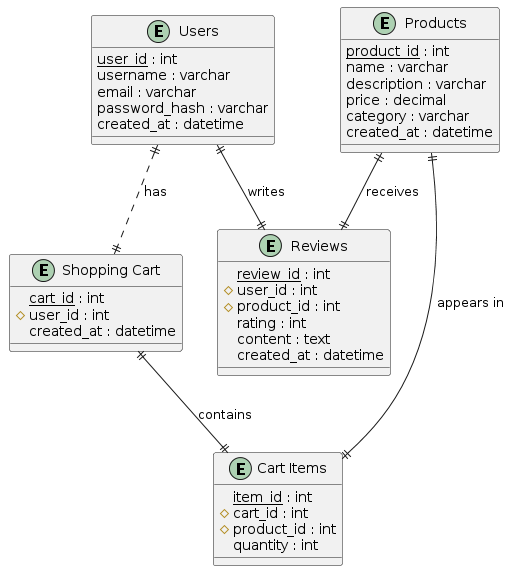
The PlantUML diagram Express/db/models/ER_Diagram.png in tonythai12/SOIL-React.js-Web-Application, before a commit. Source of this version:
```plantuml
@startuml
!define primary_key(x) <u>x</u>
!define foreign_key(x) #x

entity "Users" as Users {
  primary_key(user_id) : int
  username : varchar
  email : varchar
  password_hash : varchar
  created_at : datetime
}

entity "Products" as Products {
  primary_key(product_id) : int
  name : varchar
  description : varchar
  price : decimal
  category : varchar
  created_at : datetime
}

entity "Reviews" as Reviews {
  primary_key(review_id) : int
  foreign_key(user_id) : int
  foreign_key(product_id) : int
  rating : int
  content : text
  created_at : datetime
}

entity "Shopping Cart" as ShoppingCart {
  primary_key(cart_id) : int
  foreign_key(user_id) : int
  created_at : datetime
}

entity "Cart Items" as CartItems {
  primary_key(item_id) : int
  foreign_key(cart_id) : int
  foreign_key(product_id) : int
  quantity : int
}

Users ||..|| ShoppingCart : has
ShoppingCart ||--|| CartItems : contains
Products ||--|| CartItems : appears in
Users ||--|| Reviews : writes
Products ||--|| Reviews : receives
@enduml
```
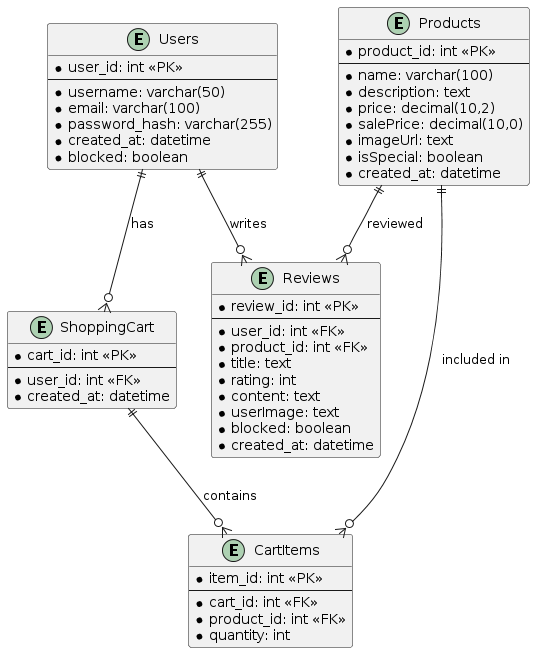
The same diagram one commit later.

What changed in the source:
```diff
@@ -1,49 +1,57 @@
 @startuml
-!define primary_key(x) <u>x</u>
-!define foreign_key(x) #x
-
-entity "Users" as Users {
-  primary_key(user_id) : int
-  username : varchar
-  email : varchar
-  password_hash : varchar
-  created_at : datetime
+entity "Users" {
+  * user_id: int <<PK>>
+  --
+  * username: varchar(50)
+  * email: varchar(100)
+  * password_hash: varchar(255)
+  * created_at: datetime
+  * blocked: boolean
 }
 
-entity "Products" as Products {
-  primary_key(product_id) : int
-  name : varchar
-  description : varchar
-  price : decimal
-  category : varchar
-  created_at : datetime
+entity "ShoppingCart" {
+  * cart_id: int <<PK>>
+  --
+  * user_id: int <<FK>>
+  * created_at: datetime
 }
 
-entity "Reviews" as Reviews {
-  primary_key(review_id) : int
-  foreign_key(user_id) : int
-  foreign_key(product_id) : int
-  rating : int
-  content : text
-  created_at : datetime
+entity "Reviews" {
+  * review_id: int <<PK>>
+  --
+  * user_id: int <<FK>>
+  * product_id: int <<FK>>
+  * title: text
+  * rating: int
+  * content: text
+  * userImage: text
+  * blocked: boolean
+  * created_at: datetime
 }
 
-entity "Shopping Cart" as ShoppingCart {
-  primary_key(cart_id) : int
-  foreign_key(user_id) : int
-  created_at : datetime
+entity "CartItems" {
+  * item_id: int <<PK>>
+  --
+  * cart_id: int <<FK>>
+  * product_id: int <<FK>>
+  * quantity: int
 }
 
-entity "Cart Items" as CartItems {
-  primary_key(item_id) : int
-  foreign_key(cart_id) : int
-  foreign_key(product_id) : int
-  quantity : int
+entity "Products" {
+  * product_id: int <<PK>>
+  --
+  * name: varchar(100)
+  * description: text
+  * price: decimal(10,2)
+  * salePrice: decimal(10,0)
+  * imageUrl: text
+  * isSpecial: boolean
+  * created_at: datetime
 }
 
-Users ||..|| ShoppingCart : has
-ShoppingCart ||--|| CartItems : contains
-Products ||--|| CartItems : appears in
-Users ||--|| Reviews : writes
-Products ||--|| Reviews : receives
+Users ||--o{ ShoppingCart : "has"
+Users ||--o{ Reviews : "writes"
+Products ||--o{ Reviews : "reviewed"
+ShoppingCart ||--o{ CartItems : "contains"
+Products ||--o{ CartItems : "included in"
 @enduml
```
